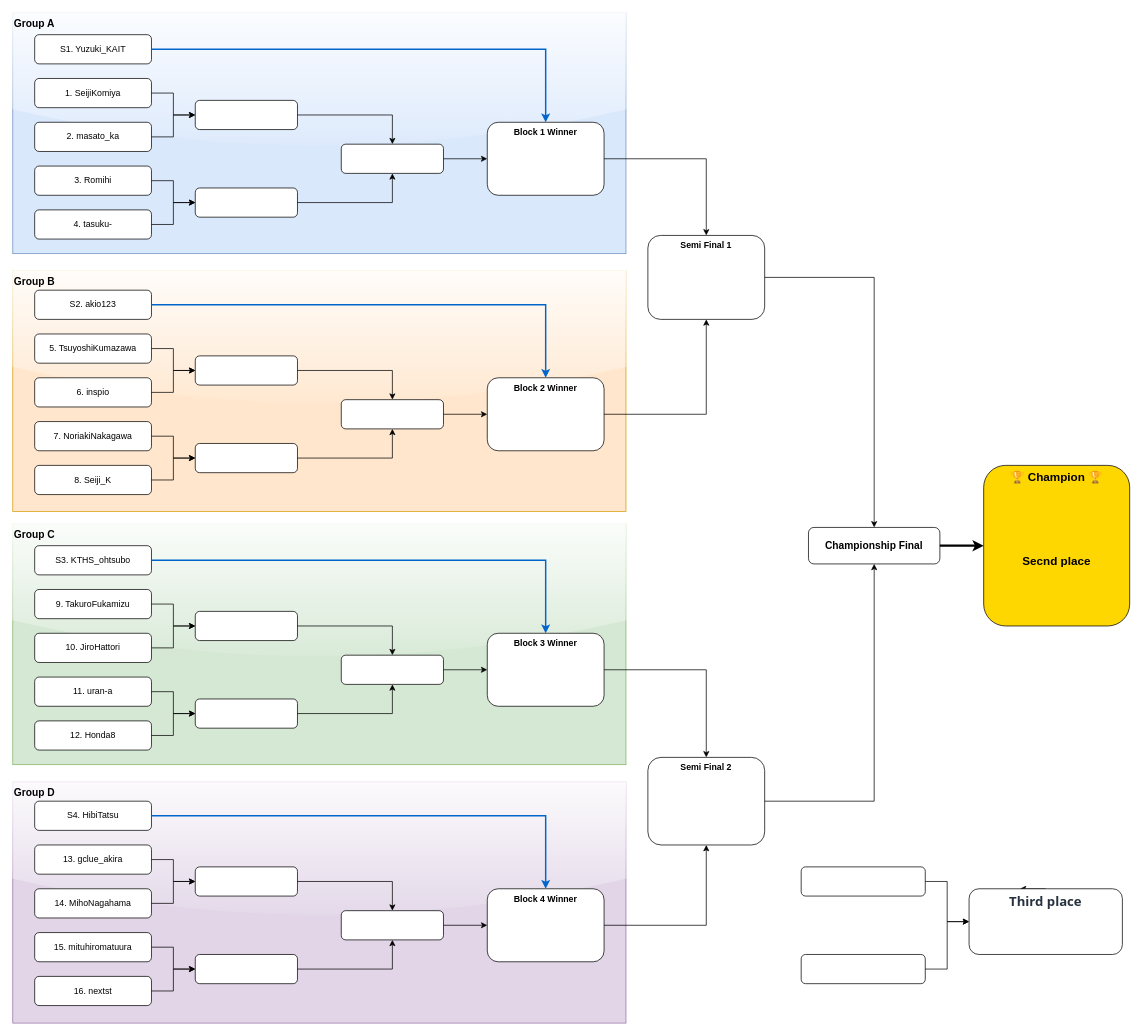
Earlier version of the draw.io diagram page "Bracket" (1 of 2) of AIFestival2025/tornament/tournament.drawio (KwikHangout/AI-RC). Source tidied: cells renumbered, new cells numbered last; positions are measured from the earlier drawing's top-left corner, leaving out a move shared by most shapes. Both pictures are drawn from the tidied source at 73%, with x=0, y=0 at pixel (12, 12).
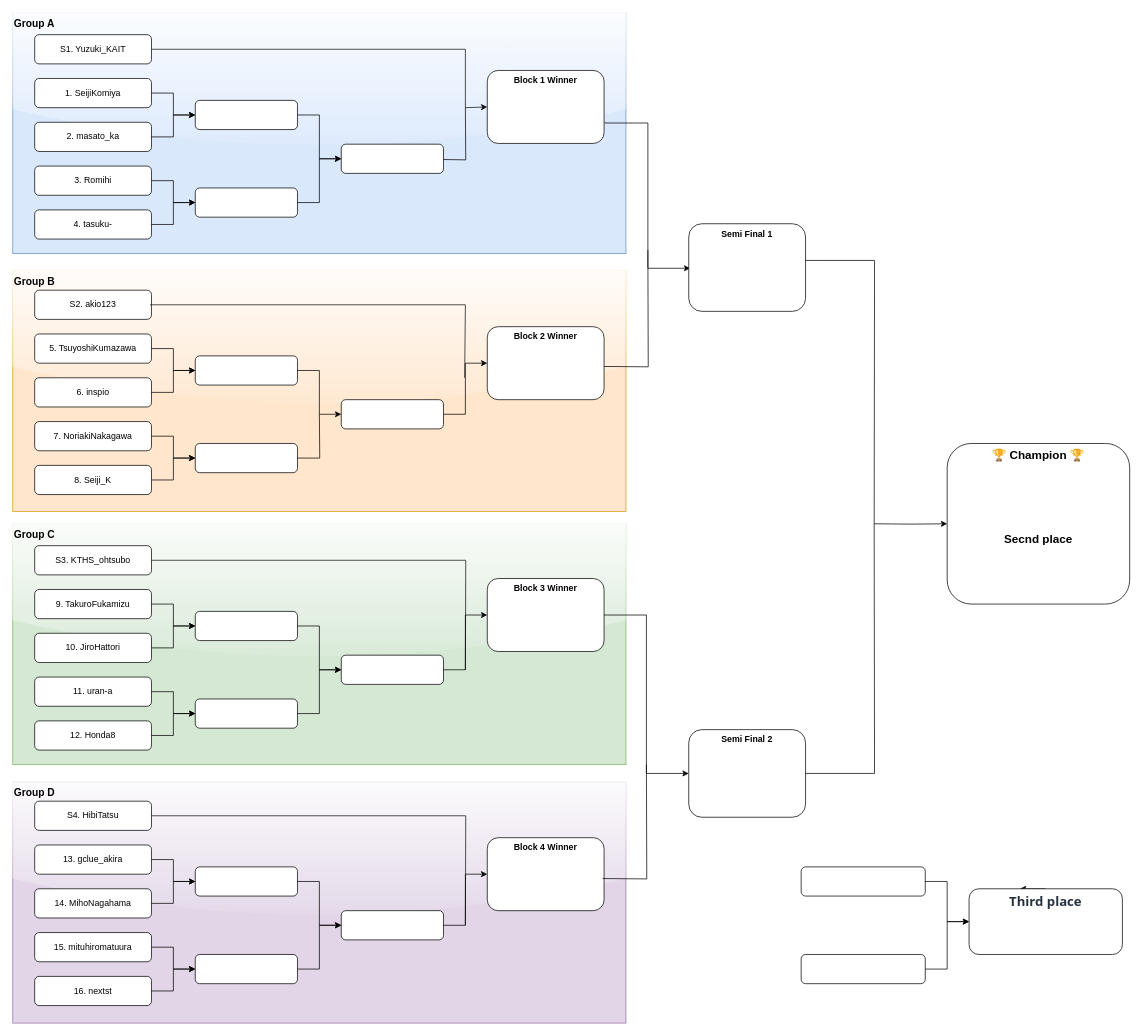
Above is the later version.

The change refers to these unchanged cells:
```xml
<mxCell id="6" value="S1. Yuzuki_KAIT" style="rounded=1;whiteSpace=wrap;html=1;align=center;" parent="1" vertex="1">
  <mxGeometry x="30" y="30" width="160" height="40" as="geometry" />
</mxCell>
<mxCell id="11" value="S2. akio123" style="rounded=1;whiteSpace=wrap;html=1;" parent="1" vertex="1">
  <mxGeometry x="30" y="380" width="160" height="40" as="geometry" />
</mxCell>
<mxCell id="16" value="S3. KTHS_ohtsubo" style="rounded=1;whiteSpace=wrap;html=1;" parent="1" vertex="1">
  <mxGeometry x="30" y="730" width="160" height="40" as="geometry" />
</mxCell>
<mxCell id="21" value="S4. HibiTatsu" style="rounded=1;whiteSpace=wrap;html=1;" parent="1" vertex="1">
  <mxGeometry x="30" y="1080" width="160" height="40" as="geometry" />
</mxCell>
<mxCell id="26" style="rounded=1;whiteSpace=wrap;html=1;" parent="1" vertex="1">
  <mxGeometry x="250" y="120" width="140" height="40" as="geometry" />
</mxCell>
<mxCell id="27" style="rounded=1;whiteSpace=wrap;html=1;" parent="1" vertex="1">
  <mxGeometry x="250" y="240" width="140" height="40" as="geometry" />
</mxCell>
<mxCell id="28" style="rounded=1;whiteSpace=wrap;html=1;" parent="1" vertex="1">
  <mxGeometry x="250" y="470" width="140" height="40" as="geometry" />
</mxCell>
<mxCell id="29" style="rounded=1;whiteSpace=wrap;html=1;" parent="1" vertex="1">
  <mxGeometry x="250" y="590" width="140" height="40" as="geometry" />
</mxCell>
<mxCell id="30" style="rounded=1;whiteSpace=wrap;html=1;" parent="1" vertex="1">
  <mxGeometry x="250" y="820" width="140" height="40" as="geometry" />
</mxCell>
<mxCell id="31" style="rounded=1;whiteSpace=wrap;html=1;" parent="1" vertex="1">
  <mxGeometry x="250" y="940" width="140" height="40" as="geometry" />
</mxCell>
<mxCell id="32" style="rounded=1;whiteSpace=wrap;html=1;" parent="1" vertex="1">
  <mxGeometry x="250" y="1170" width="140" height="40" as="geometry" />
</mxCell>
<mxCell id="33" style="rounded=1;whiteSpace=wrap;html=1;" parent="1" vertex="1">
  <mxGeometry x="250" y="1290" width="140" height="40" as="geometry" />
</mxCell>
<mxCell id="34" style="rounded=1;whiteSpace=wrap;html=1;" parent="1" vertex="1">
  <mxGeometry x="450" y="180" width="140" height="40" as="geometry" />
</mxCell>
<mxCell id="35" style="rounded=1;whiteSpace=wrap;html=1;" parent="1" vertex="1">
  <mxGeometry x="450" y="530" width="140" height="40" as="geometry" />
</mxCell>
<mxCell id="36" style="rounded=1;whiteSpace=wrap;html=1;" parent="1" vertex="1">
  <mxGeometry x="450" y="880" width="140" height="40" as="geometry" />
</mxCell>
<mxCell id="37" style="rounded=1;whiteSpace=wrap;html=1;" parent="1" vertex="1">
  <mxGeometry x="450" y="1230" width="140" height="40" as="geometry" />
</mxCell>
```

What changed in the source:
```diff
@@
     <mxCell id="38" value="Block 1 Winner" style="rounded=1;whiteSpace=wrap;html=1;fontStyle=1;verticalAlign=top;" parent="1" vertex="1">
-      <mxGeometry x="650" y="150" width="160" height="100" as="geometry" />
+      <mxGeometry x="650" y="79" width="160" height="100" as="geometry" />
     </mxCell>
     <mxCell id="39" value="Block 2 Winner" style="rounded=1;whiteSpace=wrap;html=1;fontStyle=1;verticalAlign=top;" parent="1" vertex="1">
-      <mxGeometry x="650" y="500" width="160" height="100" as="geometry" />
+      <mxGeometry x="650" y="430" width="160" height="100" as="geometry" />
     </mxCell>
     <mxCell id="40" value="Block 3 Winner" style="rounded=1;whiteSpace=wrap;html=1;fontStyle=1;verticalAlign=top;" parent="1" vertex="1">
-      <mxGeometry x="650" y="850" width="160" height="100" as="geometry" />
+      <mxGeometry x="650" y="775" width="160" height="100" as="geometry" />
     </mxCell>
     <mxCell id="41" value="Block 4 Winner" style="rounded=1;whiteSpace=wrap;html=1;fontStyle=1;verticalAlign=top;" parent="1" vertex="1">
-      <mxGeometry x="650" y="1200" width="160" height="100" as="geometry" />
+      <mxGeometry x="650" y="1130" width="160" height="100" as="geometry" />
     </mxCell>
-    <mxCell id="42" value="Semi Final 1" style="rounded=1;whiteSpace=wrap;html=1;fontStyle=1;verticalAlign=top;" parent="1" vertex="1">
-      <mxGeometry x="870" y="305" width="160" height="115" as="geometry" />
-    </mxCell>
     <mxCell id="43" value="Semi Final 2" style="rounded=1;whiteSpace=wrap;html=1;fontStyle=1;verticalAlign=top;" parent="1" vertex="1">
-      <mxGeometry x="870" y="1020" width="160" height="120" as="geometry" />
+      <mxGeometry x="926" y="982" width="160" height="120" as="geometry" />
     </mxCell>
-    <mxCell id="44" value="Championship Final" style="rounded=1;whiteSpace=wrap;html=1;fontStyle=1;fontSize=14;" parent="1" vertex="1">
-      <mxGeometry x="1090" y="705" width="180" height="50" as="geometry" />
-    </mxCell>
-    <mxCell id="45" value="🏆 Champion 🏆&lt;br&gt;&lt;br&gt;&lt;br&gt;&lt;br&gt;&lt;br&gt;&lt;br&gt;Secnd place" style="rounded=1;whiteSpace=wrap;html=1;fontStyle=1;fontSize=16;fillColor=#FFD700;verticalAlign=top;" parent="1" vertex="1">
-      <mxGeometry x="1330" y="620" width="200" height="220" as="geometry" />
+    <mxCell id="45" value="🏆 Champion 🏆&lt;br&gt;&lt;br&gt;&lt;br&gt;&lt;br&gt;&lt;br&gt;&lt;br&gt;Secnd place" style="rounded=1;whiteSpace=wrap;html=1;fontStyle=1;fontSize=16;verticalAlign=top;" parent="1" vertex="1">
+      <mxGeometry x="1280" y="590" width="250" height="220" as="geometry" />
     </mxCell>
@@
-    <mxCell id="62" style="edgeStyle=orthogonalEdgeStyle;rounded=0;jettySize=auto;html=1;" parent="1" edge="1" source="26" target="34">
-      <mxGeometry relative="1" as="geometry" />
+    <mxCell id="62" style="edgeStyle=orthogonalEdgeStyle;rounded=0;jettySize=auto;html=1;" parent="1" edge="1" source="26">
+      <mxGeometry relative="1" as="geometry">
+        <mxPoint x="450" y="200" as="targetPoint" />
+        <Array as="points">
+          <mxPoint x="420" y="140" />
+          <mxPoint x="420" y="200" />
+        </Array>
+      </mxGeometry>
     </mxCell>
-    <mxCell id="63" style="edgeStyle=orthogonalEdgeStyle;rounded=0;jettySize=auto;html=1;" parent="1" edge="1" source="27" target="34">
-      <mxGeometry relative="1" as="geometry" />
+    <mxCell id="63" style="edgeStyle=orthogonalEdgeStyle;rounded=0;jettySize=auto;html=1;" parent="1" edge="1" source="27">
+      <mxGeometry relative="1" as="geometry">
+        <mxPoint x="450" y="200" as="targetPoint" />
+        <Array as="points">
+          <mxPoint x="420" y="260" />
+          <mxPoint x="420" y="200" />
+          <mxPoint x="450" y="200" />
+        </Array>
+      </mxGeometry>
     </mxCell>
-    <mxCell id="64" style="edgeStyle=orthogonalEdgeStyle;rounded=0;jettySize=auto;html=1;" parent="1" edge="1" source="28" target="35">
+    <mxCell id="64" style="edgeStyle=orthogonalEdgeStyle;rounded=0;jettySize=auto;html=1;entryX=0;entryY=0.5;entryDx=0;entryDy=0;" parent="1" edge="1" source="28" target="35">
       <mxGeometry relative="1" as="geometry" />
     </mxCell>
-    <mxCell id="65" style="edgeStyle=orthogonalEdgeStyle;rounded=0;jettySize=auto;html=1;" parent="1" edge="1" source="29" target="35">
-      <mxGeometry relative="1" as="geometry" />
+    <mxCell id="65" style="edgeStyle=orthogonalEdgeStyle;rounded=0;jettySize=auto;html=1;endArrow=none;endFill=0;" parent="1" edge="1" source="29">
+      <mxGeometry relative="1" as="geometry">
+        <mxPoint x="420" y="550" as="targetPoint" />
+      </mxGeometry>
     </mxCell>
-    <mxCell id="66" style="edgeStyle=orthogonalEdgeStyle;rounded=0;jettySize=auto;html=1;" parent="1" edge="1" source="30" target="36">
+    <mxCell id="66" style="edgeStyle=orthogonalEdgeStyle;rounded=0;jettySize=auto;html=1;entryX=0;entryY=0.5;entryDx=0;entryDy=0;" parent="1" edge="1" source="30" target="36">
       <mxGeometry relative="1" as="geometry" />
     </mxCell>
-    <mxCell id="67" style="edgeStyle=orthogonalEdgeStyle;rounded=0;jettySize=auto;html=1;" parent="1" edge="1" source="31" target="36">
+    <mxCell id="67" style="edgeStyle=orthogonalEdgeStyle;rounded=0;jettySize=auto;html=1;entryX=0;entryY=0.5;entryDx=0;entryDy=0;" parent="1" edge="1" source="31" target="36">
       <mxGeometry relative="1" as="geometry" />
     </mxCell>
-    <mxCell id="68" style="edgeStyle=orthogonalEdgeStyle;rounded=0;jettySize=auto;html=1;" parent="1" edge="1" source="32" target="37">
+    <mxCell id="68" style="edgeStyle=orthogonalEdgeStyle;rounded=0;jettySize=auto;html=1;entryX=0;entryY=0.5;entryDx=0;entryDy=0;" parent="1" edge="1" source="32" target="37">
       <mxGeometry relative="1" as="geometry" />
     </mxCell>
-    <mxCell id="69" style="edgeStyle=orthogonalEdgeStyle;rounded=0;jettySize=auto;html=1;" parent="1" edge="1" source="33" target="37">
+    <mxCell id="69" style="edgeStyle=orthogonalEdgeStyle;rounded=0;jettySize=auto;html=1;entryX=0;entryY=0.5;entryDx=0;entryDy=0;" parent="1" edge="1" source="33" target="37">
       <mxGeometry relative="1" as="geometry" />
     </mxCell>
-    <mxCell id="70" style="edgeStyle=orthogonalEdgeStyle;rounded=0;jettySize=auto;html=1;strokeWidth=2;strokeColor=#0066CC;" parent="1" edge="1" source="6" target="38">
-      <mxGeometry relative="1" as="geometry" />
+    <mxCell id="70" style="edgeStyle=orthogonalEdgeStyle;rounded=0;jettySize=auto;html=1;strokeWidth=1;strokeColor=#101010;entryX=0;entryY=0.5;entryDx=0;entryDy=0;" parent="1" edge="1" source="6" target="38">
+      <mxGeometry relative="1" as="geometry">
+        <Array as="points">
+          <mxPoint x="620" y="50" />
+          <mxPoint x="620" y="130" />
+          <mxPoint x="650" y="130" />
+        </Array>
+      </mxGeometry>
     </mxCell>
-    <mxCell id="71" style="edgeStyle=orthogonalEdgeStyle;rounded=0;jettySize=auto;html=1;" parent="1" edge="1" source="34" target="38">
-      <mxGeometry relative="1" as="geometry" />
+    <mxCell id="71" style="edgeStyle=orthogonalEdgeStyle;rounded=0;orthogonalLoop=1;jettySize=auto;html=1;endArrow=none;endFill=0;" parent="1" edge="1">
+      <mxGeometry relative="1" as="geometry">
+        <mxPoint x="590" y="201" as="sourcePoint" />
+        <mxPoint x="620" y="130" as="targetPoint" />
+      </mxGeometry>
     </mxCell>
-    <mxCell id="72" style="edgeStyle=orthogonalEdgeStyle;rounded=0;jettySize=auto;html=1;strokeWidth=2;strokeColor=#0066CC;" parent="1" edge="1" source="11" target="39">
-      <mxGeometry relative="1" as="geometry" />
+    <mxCell id="72" style="edgeStyle=orthogonalEdgeStyle;rounded=0;orthogonalLoop=1;jettySize=auto;html=1;strokeWidth=1;strokeColor=#101010;exitX=1;exitY=0.5;exitDx=0;exitDy=0;endArrow=none;endFill=0;" parent="1" edge="1">
+      <mxGeometry relative="1" as="geometry">
+        <mxPoint x="188" y="400" as="sourcePoint" />
+        <mxPoint x="619" y="500" as="targetPoint" />
+        <Array as="points">
+          <mxPoint x="620" y="400" />
+          <mxPoint x="620" y="500" />
+        </Array>
+      </mxGeometry>
     </mxCell>
@@
-    <mxCell id="74" style="edgeStyle=orthogonalEdgeStyle;rounded=0;jettySize=auto;html=1;strokeWidth=2;strokeColor=#0066CC;" parent="1" edge="1" source="16" target="40">
-      <mxGeometry relative="1" as="geometry" />
+    <mxCell id="74" style="edgeStyle=orthogonalEdgeStyle;rounded=0;jettySize=auto;html=1;strokeWidth=1;strokeColor=#101010;endArrow=none;endFill=0;" parent="1" edge="1" source="16">
+      <mxGeometry relative="1" as="geometry">
+        <mxPoint x="620" y="900" as="targetPoint" />
+      </mxGeometry>
     </mxCell>
-    <mxCell id="75" style="edgeStyle=orthogonalEdgeStyle;rounded=0;jettySize=auto;html=1;" parent="1" edge="1" source="36" target="40">
+    <mxCell id="75" style="edgeStyle=orthogonalEdgeStyle;rounded=0;jettySize=auto;html=1;entryX=0;entryY=0.5;entryDx=0;entryDy=0;" parent="1" edge="1" source="36" target="40">
       <mxGeometry relative="1" as="geometry" />
     </mxCell>
-    <mxCell id="76" style="edgeStyle=orthogonalEdgeStyle;rounded=0;jettySize=auto;html=1;strokeWidth=2;strokeColor=#0066CC;" parent="1" edge="1" source="21" target="41">
-      <mxGeometry relative="1" as="geometry" />
+    <mxCell id="76" style="edgeStyle=orthogonalEdgeStyle;rounded=0;jettySize=auto;html=1;strokeWidth=1;strokeColor=#101010;endArrow=none;endFill=0;" parent="1" edge="1" source="21">
+      <mxGeometry relative="1" as="geometry">
+        <mxPoint x="620" y="1250" as="targetPoint" />
+      </mxGeometry>
     </mxCell>
@@
-    <mxCell id="78" style="edgeStyle=orthogonalEdgeStyle;rounded=0;jettySize=auto;html=1;" parent="1" edge="1" source="38" target="42">
-      <mxGeometry relative="1" as="geometry" />
-    </mxCell>
-    <mxCell id="79" style="edgeStyle=orthogonalEdgeStyle;rounded=0;jettySize=auto;html=1;" parent="1" edge="1" source="39" target="42">
-      <mxGeometry relative="1" as="geometry" />
-    </mxCell>
-    <mxCell id="80" style="edgeStyle=orthogonalEdgeStyle;rounded=0;jettySize=auto;html=1;" parent="1" edge="1" source="40" target="43">
+    <mxCell id="80" style="edgeStyle=orthogonalEdgeStyle;rounded=0;jettySize=auto;html=1;entryX=0;entryY=0.5;entryDx=0;entryDy=0;" parent="1" edge="1" source="40" target="43">
       <mxGeometry relative="1" as="geometry" />
     </mxCell>
-    <mxCell id="81" style="edgeStyle=orthogonalEdgeStyle;rounded=0;jettySize=auto;html=1;" parent="1" edge="1" source="41" target="43">
-      <mxGeometry relative="1" as="geometry" />
+    <mxCell id="81" style="edgeStyle=orthogonalEdgeStyle;rounded=0;orthogonalLoop=1;jettySize=auto;html=1;endArrow=none;endFill=0;" parent="1" edge="1">
+      <mxGeometry relative="1" as="geometry">
+        <mxPoint x="808" y="1186" as="sourcePoint" />
+        <mxPoint x="868" y="1030" as="targetPoint" />
+      </mxGeometry>
     </mxCell>
-    <mxCell id="82" style="edgeStyle=orthogonalEdgeStyle;rounded=0;jettySize=auto;html=1;" parent="1" edge="1" source="42" target="44">
-      <mxGeometry relative="1" as="geometry" />
+    <mxCell id="82" style="edgeStyle=orthogonalEdgeStyle;rounded=0;jettySize=auto;html=1;exitX=0.996;exitY=0.419;exitDx=0;exitDy=0;exitPerimeter=0;endArrow=none;endFill=0;" parent="1" edge="1" source="42">
+      <mxGeometry relative="1" as="geometry">
+        <mxPoint x="1180" y="710" as="targetPoint" />
+      </mxGeometry>
     </mxCell>
-    <mxCell id="83" style="edgeStyle=orthogonalEdgeStyle;rounded=0;jettySize=auto;html=1;" parent="1" edge="1" source="43" target="44">
-      <mxGeometry relative="1" as="geometry" />
+    <mxCell id="83" style="edgeStyle=orthogonalEdgeStyle;rounded=0;jettySize=auto;html=1;exitX=1;exitY=0.5;exitDx=0;exitDy=0;endArrow=none;endFill=0;" parent="1" edge="1" source="43">
+      <mxGeometry relative="1" as="geometry">
+        <mxPoint x="1180" y="710" as="targetPoint" />
+      </mxGeometry>
     </mxCell>
-    <mxCell id="84" style="edgeStyle=orthogonalEdgeStyle;rounded=0;jettySize=auto;html=1;strokeWidth=3;" parent="1" edge="1" source="44" target="45">
-      <mxGeometry relative="1" as="geometry" />
+    <mxCell id="84" style="edgeStyle=orthogonalEdgeStyle;rounded=0;jettySize=auto;html=1;strokeWidth=1;" parent="1" edge="1" target="45">
+      <mxGeometry relative="1" as="geometry">
+        <mxPoint x="1180" y="700" as="sourcePoint" />
+      </mxGeometry>
     </mxCell>
@@
+    <mxCell id="91" style="edgeStyle=orthogonalEdgeStyle;rounded=0;orthogonalLoop=1;jettySize=auto;html=1;entryX=0;entryY=0.5;entryDx=0;entryDy=0;" parent="1" edge="1">
+      <mxGeometry relative="1" as="geometry">
+        <mxPoint x="811.5" y="150" as="sourcePoint" />
+        <mxPoint x="928" y="350" as="targetPoint" />
+        <Array as="points">
+          <mxPoint x="870" y="151" />
+          <mxPoint x="870" y="350" />
+        </Array>
+      </mxGeometry>
+    </mxCell>
+    <mxCell id="92" style="edgeStyle=orthogonalEdgeStyle;rounded=0;orthogonalLoop=1;jettySize=auto;html=1;endArrow=none;endFill=0;" parent="1" edge="1">
+      <mxGeometry relative="1" as="geometry">
+        <mxPoint x="810" y="484.5" as="sourcePoint" />
+        <mxPoint x="870" y="325" as="targetPoint" />
+      </mxGeometry>
+    </mxCell>
+    <mxCell id="42" value="Semi Final 1" style="rounded=1;whiteSpace=wrap;html=1;fontStyle=1;verticalAlign=top;" parent="1" vertex="1">
+      <mxGeometry x="926" y="289" width="160" height="120" as="geometry" />
+    </mxCell>
```
